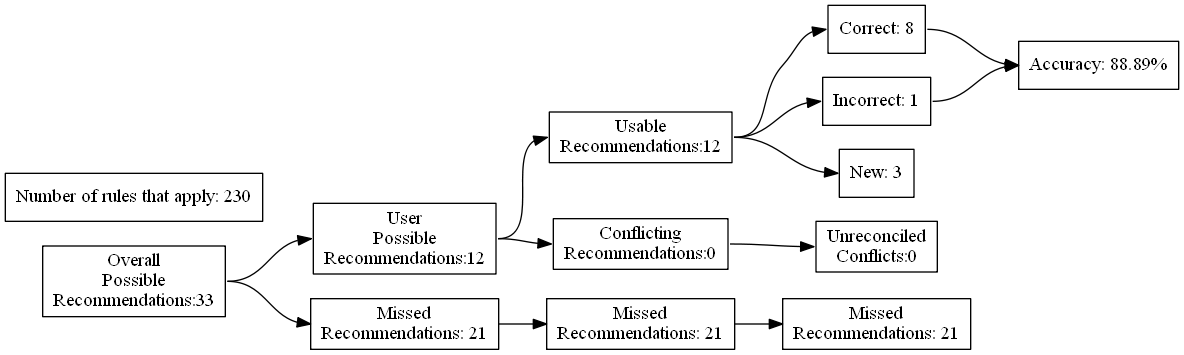
Earlier version of the Graphviz export test_renders/78.gv.png (ZaxR/ibd_diet_analysis). Its source is kept beside it as test_renders/78.gv.
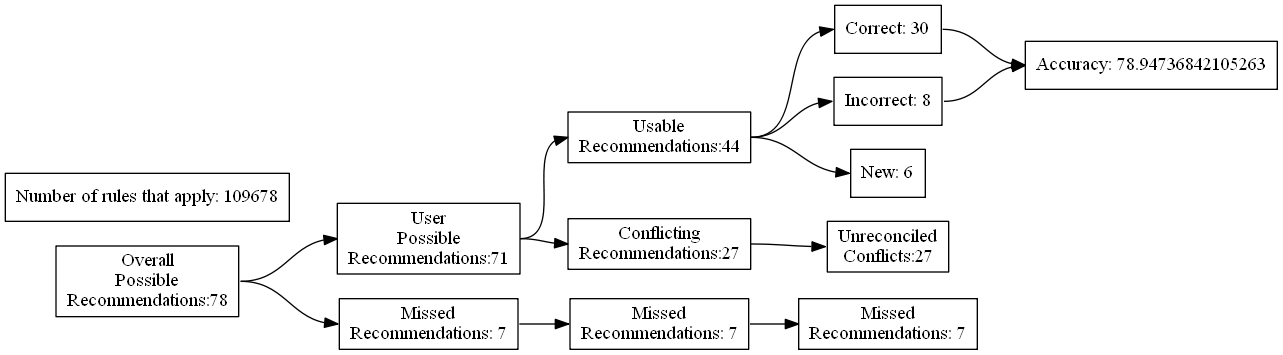
The same file after the commit.

What changed in the source:
```diff
@@ -4,27 +4,27 @@
 	edge [headport=w tailport=e]
 		A [label="Overall
 Possible
-Recommendations:33"]
+Recommendations:78"]
 		B [label="User
 Possible
-Recommendations:12"]
+Recommendations:71"]
 		C [label="Missed
-Recommendations: 21"]
+Recommendations: 7"]
 		D [label="Usable
-Recommendations:12"]
+Recommendations:44"]
 		E [label="Conflicting
-Recommendations:0"]
+Recommendations:27"]
 		J [label="Missed
-Recommendations: 21"]
+Recommendations: 7"]
 		M [label="Unreconciled
-Conflicts:0"]
-		F [label="Correct: 8"]
-		G [label="Incorrect: 1"]
-		H [label="New: 3"]
+Conflicts:27"]
+		F [label="Correct: 30"]
+		G [label="Incorrect: 8"]
+		H [label="New: 6"]
 		K [label="Missed
-Recommendations: 21"]
-		I [label="Accuracy: 88.89%"]
-		l [label="Number of rules that apply: 230"]
+Recommendations: 7"]
+		I [label="Accuracy: 78.94736842105263"]
+		l [label="Number of rules that apply: 109678"]
 			A -> B
 			A -> C
 			B -> D
```
